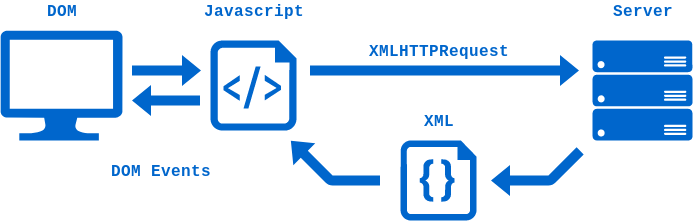
Before: ajax-0010_xmlhhtprequest.png, a diagram exported from draw.io (raaaahman/ipi-memoire-images). Source tidied: cells renumbered, new cells last; positions are measured from the earlier drawing's top-left corner, leaving out a move shared by most shapes. Its diagram source:
```xml
<mxGraphModel>
  <root>
    <mxCell id="0" />
    <mxCell id="1" parent="0" />
    <mxCell id="2" style="verticalLabelPosition=bottom;html=1;verticalAlign=top;align=center;strokeColor=none;fillColor=#0066CC;shape=mxgraph.azure.computer;" parent="1" vertex="1">
      <mxGeometry y="30" width="122" height="110" as="geometry" />
    </mxCell>
    <mxCell id="3" style="verticalLabelPosition=bottom;html=1;verticalAlign=top;align=center;strokeColor=none;fillColor=#0066CC;shape=mxgraph.azure.server_rack;" parent="1" vertex="1">
      <mxGeometry x="592" y="40" width="100" height="100" as="geometry" />
    </mxCell>
    <mxCell id="4" style="verticalLabelPosition=bottom;html=1;verticalAlign=top;align=center;strokeColor=none;fillColor=#0066CC;shape=mxgraph.azure.code_file;" parent="1" vertex="1">
      <mxGeometry x="400" y="140" width="76" height="80" as="geometry" />
    </mxCell>
    <mxCell id="5" style="verticalLabelPosition=bottom;html=1;verticalAlign=top;align=center;strokeColor=none;fillColor=#0066CC;shape=mxgraph.azure.script_file;" parent="1" vertex="1">
      <mxGeometry x="210" y="40" width="86" height="90" as="geometry" />
    </mxCell>
    <mxCell id="6" style="shape=flexArrow;endArrow=classic;html=1;fillColor=#0066CC;strokeColor=none;" parent="1" edge="1">
      <mxGeometry relative="1" as="geometry">
        <mxPoint x="131" y="70" as="sourcePoint" />
        <mxPoint x="201" y="70" as="targetPoint" />
      </mxGeometry>
    </mxCell>
    <mxCell id="7" style="shape=flexArrow;endArrow=classic;html=1;fillColor=#0066CC;strokeColor=none;" parent="1" edge="1">
      <mxGeometry relative="1" as="geometry">
        <mxPoint x="200" y="100" as="sourcePoint" />
        <mxPoint x="131" y="100" as="targetPoint" />
      </mxGeometry>
    </mxCell>
    <mxCell id="8" style="shape=flexArrow;endArrow=classic;html=1;fillColor=#0066CC;strokeColor=none;" parent="1" edge="1">
      <mxGeometry relative="1" as="geometry">
        <mxPoint x="309" y="70" as="sourcePoint" />
        <mxPoint x="579" y="70" as="targetPoint" />
      </mxGeometry>
    </mxCell>
    <mxCell id="9" style="shape=flexArrow;endArrow=classic;html=1;fillColor=#0066CC;strokeColor=none;" parent="1" edge="1">
      <mxGeometry relative="1" as="geometry">
        <mxPoint x="580" y="150" as="sourcePoint" />
        <mxPoint x="490" y="180" as="targetPoint" />
        <Array as="points">
          <mxPoint x="550" y="180" />
        </Array>
      </mxGeometry>
    </mxCell>
    <mxCell id="10" style="shape=flexArrow;endArrow=classic;html=1;strokeColor=none;fillColor=#0066CC;" parent="1" edge="1">
      <mxGeometry relative="1" as="geometry">
        <mxPoint x="380" y="180" as="sourcePoint" />
        <mxPoint x="290" y="140" as="targetPoint" />
        <Array as="points">
          <mxPoint x="330" y="180" />
        </Array>
      </mxGeometry>
    </mxCell>
    <mxCell id="11" value="XML" style="text;html=1;align=center;verticalAlign=middle;whiteSpace=wrap;rounded=0;fontFamily=Courier New;fontSize=16;fontStyle=1;fontColor=#0066CC;fillColor=none;strokeColor=none;" parent="1" vertex="1">
      <mxGeometry x="418" y="110" width="40" height="20" as="geometry" />
    </mxCell>
    <mxCell id="12" value="Javascript" style="text;html=1;align=center;verticalAlign=middle;whiteSpace=wrap;rounded=0;fontFamily=Courier New;fontSize=16;fontStyle=1;fontColor=#0066CC;fillColor=none;strokeColor=none;" parent="1" vertex="1">
      <mxGeometry x="233" width="40" height="20" as="geometry" />
    </mxCell>
    <mxCell id="13" value="DOM" style="text;html=1;align=center;verticalAlign=middle;whiteSpace=wrap;rounded=0;fontFamily=Courier New;fontSize=16;fontStyle=1;fontColor=#0066CC;fillColor=none;strokeColor=none;" parent="1" vertex="1">
      <mxGeometry x="41" width="40" height="20" as="geometry" />
    </mxCell>
    <mxCell id="14" value="Server" style="text;html=1;align=center;verticalAlign=middle;whiteSpace=wrap;rounded=0;fontFamily=Courier New;fontSize=16;fontStyle=1;fontColor=#0066CC;fillColor=none;strokeColor=none;" parent="1" vertex="1">
      <mxGeometry x="622" width="40" height="20" as="geometry" />
    </mxCell>
    <mxCell id="15" value="DOM Events" style="text;html=1;align=center;verticalAlign=middle;whiteSpace=wrap;rounded=0;fontFamily=Courier New;fontSize=16;fontStyle=1;fontColor=#0066CC;fillColor=none;strokeColor=none;" parent="1" vertex="1">
      <mxGeometry x="100" y="160" width="120" height="20" as="geometry" />
    </mxCell>
    <mxCell id="16" value="XMLHTTPRequest" style="text;html=1;align=center;verticalAlign=middle;whiteSpace=wrap;rounded=0;fontFamily=Courier New;fontSize=16;fontStyle=1;fontColor=#0066CC;fillColor=none;strokeColor=none;" parent="1" vertex="1">
      <mxGeometry x="378" y="40" width="120" height="20" as="geometry" />
    </mxCell>
  </root>
</mxGraphModel>
```
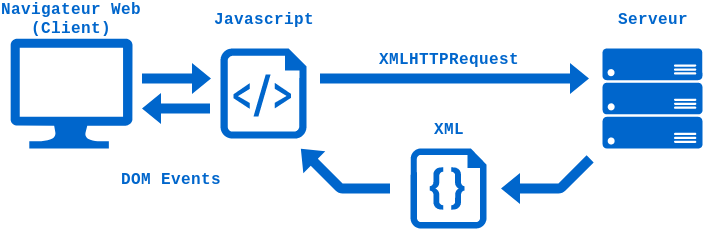
Above is the later version.

Commit message:
Fin chapitre Ajax

The edit, as a diff of the source:
```diff
@@ -56,10 +56,10 @@
     <mxCell id="12" value="Javascript" style="text;html=1;align=center;verticalAlign=middle;whiteSpace=wrap;rounded=0;fontFamily=Courier New;fontSize=16;fontStyle=1;fontColor=#0066CC;fillColor=none;strokeColor=none;" parent="1" vertex="1">
       <mxGeometry x="233" width="40" height="20" as="geometry" />
     </mxCell>
-    <mxCell id="13" value="DOM" style="text;html=1;align=center;verticalAlign=middle;whiteSpace=wrap;rounded=0;fontFamily=Courier New;fontSize=16;fontStyle=1;fontColor=#0066CC;fillColor=none;strokeColor=none;" parent="1" vertex="1">
-      <mxGeometry x="41" width="40" height="20" as="geometry" />
+    <mxCell id="13" value="Navigateur Web (Client)" style="text;html=1;align=center;verticalAlign=middle;whiteSpace=wrap;rounded=0;fontFamily=Courier New;fontSize=16;fontStyle=1;fontColor=#0066CC;fillColor=none;strokeColor=none;" parent="1" vertex="1">
+      <mxGeometry x="-10" width="142" height="20" as="geometry" />
     </mxCell>
-    <mxCell id="14" value="Server" style="text;html=1;align=center;verticalAlign=middle;whiteSpace=wrap;rounded=0;fontFamily=Courier New;fontSize=16;fontStyle=1;fontColor=#0066CC;fillColor=none;strokeColor=none;" parent="1" vertex="1">
+    <mxCell id="14" value="Serveur" style="text;html=1;align=center;verticalAlign=middle;whiteSpace=wrap;rounded=0;fontFamily=Courier New;fontSize=16;fontStyle=1;fontColor=#0066CC;fillColor=none;strokeColor=none;" parent="1" vertex="1">
       <mxGeometry x="622" width="40" height="20" as="geometry" />
     </mxCell>
     <mxCell id="15" value="DOM Events" style="text;html=1;align=center;verticalAlign=middle;whiteSpace=wrap;rounded=0;fontFamily=Courier New;fontSize=16;fontStyle=1;fontColor=#0066CC;fillColor=none;strokeColor=none;" parent="1" vertex="1">
```
